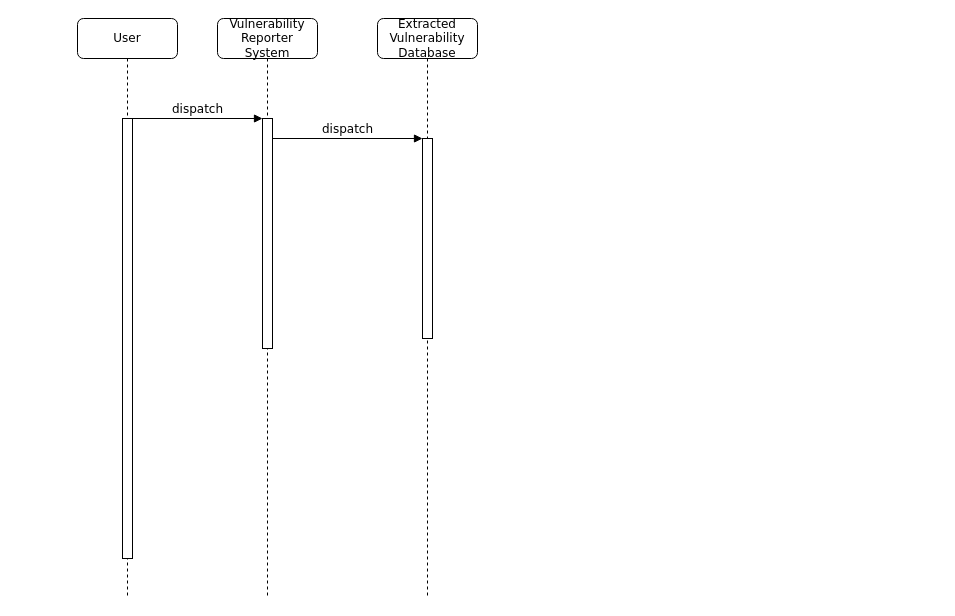
Before: SearchBar_Project.drawio in critschris/COMP-354, a draw.io diagram. Source tidied: cells renumbered, new cells numbered last; positions are measured from the earlier drawing's top-left corner, leaving out a move shared by most shapes. Both pictures are drawn from the tidied source at 100%, with x=0, y=0 at pixel (77, 18).
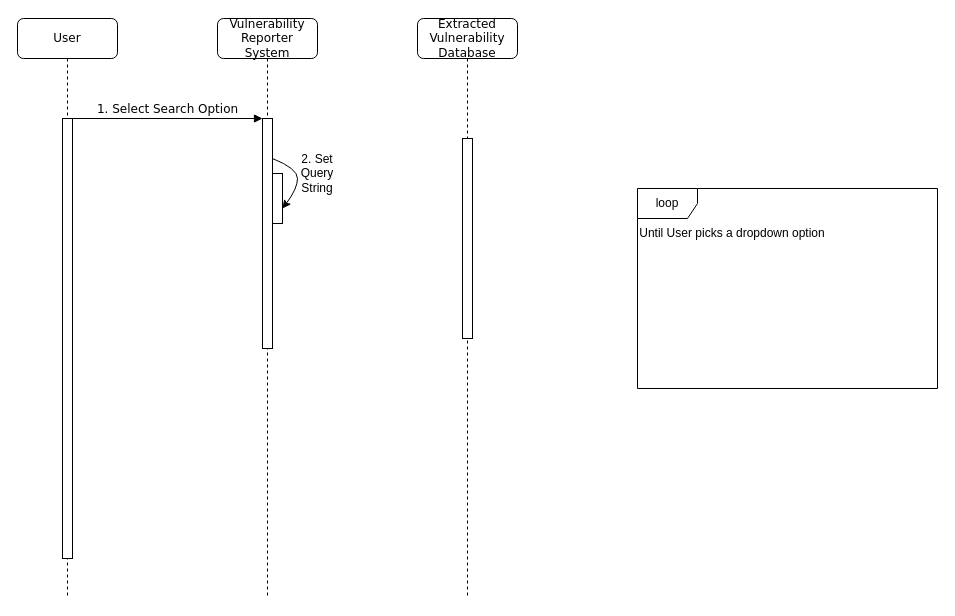
After the change.

What changed in the source:
```diff
@@
 <mxGraphModel>
   <root>
     <mxCell id="0" />
     <mxCell id="1" parent="0" />
     <mxCell id="2" value="Vulnerability&lt;div&gt;Reporter System&lt;/div&gt;" style="shape=umlLifeline;perimeter=lifelinePerimeter;whiteSpace=wrap;html=1;rounded=1;shadow=0;comic=0;labelBackgroundColor=none;strokeWidth=1;fontFamily=Verdana;fontSize=12;align=center;" parent="1" vertex="1">
       <mxGeometry x="140" width="100" height="580" as="geometry" />
     </mxCell>
     <mxCell id="3" style="html=1;points=[];perimeter=orthogonalPerimeter;rounded=0;shadow=0;comic=0;labelBackgroundColor=none;strokeWidth=1;fontFamily=Verdana;fontSize=12;align=center;" parent="2" vertex="1">
       <mxGeometry x="45" y="100" width="10" height="230" as="geometry" />
     </mxCell>
+    <mxCell id="10" style="html=1;perimeter=orthogonalPerimeter;rounded=0;shadow=0;comic=0;labelBackgroundColor=none;strokeWidth=1;fontFamily=Verdana;fontSize=12;align=center;" parent="2" vertex="1">
+      <mxGeometry x="55" y="155" width="10" height="50" as="geometry" />
+    </mxCell>
+    <mxCell id="11" style="curved=1;endArrow=classic;html=1;rounded=0;" parent="2" edge="1">
+      <mxGeometry relative="1" as="geometry">
+        <mxPoint x="55" y="140" as="sourcePoint" />
+        <mxPoint x="65" y="190" as="targetPoint" />
+        <Array as="points">
+          <mxPoint x="80" y="150" />
+          <mxPoint x="80" y="170" />
+        </Array>
+      </mxGeometry>
+    </mxCell>
     <mxCell id="4" value="&lt;div&gt;Extracted&lt;/div&gt;Vulnerability&lt;div&gt;Database&lt;/div&gt;" style="shape=umlLifeline;perimeter=lifelinePerimeter;whiteSpace=wrap;html=1;rounded=1;shadow=0;comic=0;labelBackgroundColor=none;strokeWidth=1;fontFamily=Verdana;fontSize=12;align=center;" parent="1" vertex="1">
-      <mxGeometry x="300" width="100" height="580" as="geometry" />
+      <mxGeometry x="340" width="100" height="580" as="geometry" />
     </mxCell>
     <mxCell id="5" style="html=1;points=[];perimeter=orthogonalPerimeter;rounded=0;shadow=0;comic=0;labelBackgroundColor=none;strokeWidth=1;fontFamily=Verdana;fontSize=12;align=center;" parent="4" vertex="1">
       <mxGeometry x="45" y="120" width="10" height="200" as="geometry" />
     </mxCell>
     <mxCell id="6" value="User" style="shape=umlLifeline;perimeter=lifelinePerimeter;whiteSpace=wrap;html=1;rounded=1;shadow=0;comic=0;labelBackgroundColor=none;strokeWidth=1;fontFamily=Verdana;fontSize=12;align=center;" parent="1" vertex="1">
-      <mxGeometry width="100" height="580" as="geometry" />
+      <mxGeometry x="-60" width="100" height="580" as="geometry" />
     </mxCell>
     <mxCell id="7" style="html=1;points=[];perimeter=orthogonalPerimeter;rounded=0;shadow=0;comic=0;labelBackgroundColor=none;strokeWidth=1;fontFamily=Verdana;fontSize=12;align=center;" parent="6" vertex="1">
       <mxGeometry x="45" y="100" width="10" height="440" as="geometry" />
     </mxCell>
-    <mxCell id="8" value="dispatch" style="html=1;verticalAlign=bottom;endArrow=block;entryX=0;entryY=0;labelBackgroundColor=none;fontFamily=Verdana;fontSize=12;edgeStyle=elbowEdgeStyle;elbow=vertical;" parent="1" edge="1" source="7" target="3">
+    <mxCell id="8" value="1. Select Search Option" style="html=1;verticalAlign=bottom;endArrow=block;entryX=0;entryY=0;labelBackgroundColor=none;fontFamily=Verdana;fontSize=12;edgeStyle=elbowEdgeStyle;elbow=vertical;" parent="1" edge="1" source="7" target="3">
       <mxGeometry relative="1" as="geometry" />
     </mxCell>
-    <mxCell id="9" value="dispatch" style="html=1;verticalAlign=bottom;endArrow=block;entryX=0;entryY=0;labelBackgroundColor=none;fontFamily=Verdana;fontSize=12;edgeStyle=elbowEdgeStyle;elbow=vertical;" parent="1" edge="1" source="3" target="5">
-      <mxGeometry relative="1" as="geometry" />
-    </mxCell>
+    <mxCell id="12" value="2. Set Query String" style="text;html=1;align=center;verticalAlign=middle;whiteSpace=wrap;rounded=0;" parent="1" vertex="1">
+      <mxGeometry x="210" y="140" width="60" height="30" as="geometry" />
+    </mxCell>
+    <mxCell id="13" style="group;" parent="1" vertex="1">
+      <mxGeometry x="560" y="170" width="300" height="200" as="geometry" />
+    </mxCell>
+    <mxCell id="14" value="loop" style="shape=umlFrame;whiteSpace=wrap;html=1;" parent="13" vertex="1">
+      <mxGeometry width="300" height="200" as="geometry" />
+    </mxCell>
+    <mxCell id="15" value="Until User picks a dropdown option" style="text;html=1;align=center;verticalAlign=middle;whiteSpace=wrap;rounded=0;" parent="13" vertex="1">
+      <mxGeometry y="30" width="190" height="30" as="geometry" />
+    </mxCell>
   </root>
 </mxGraphModel>
```
